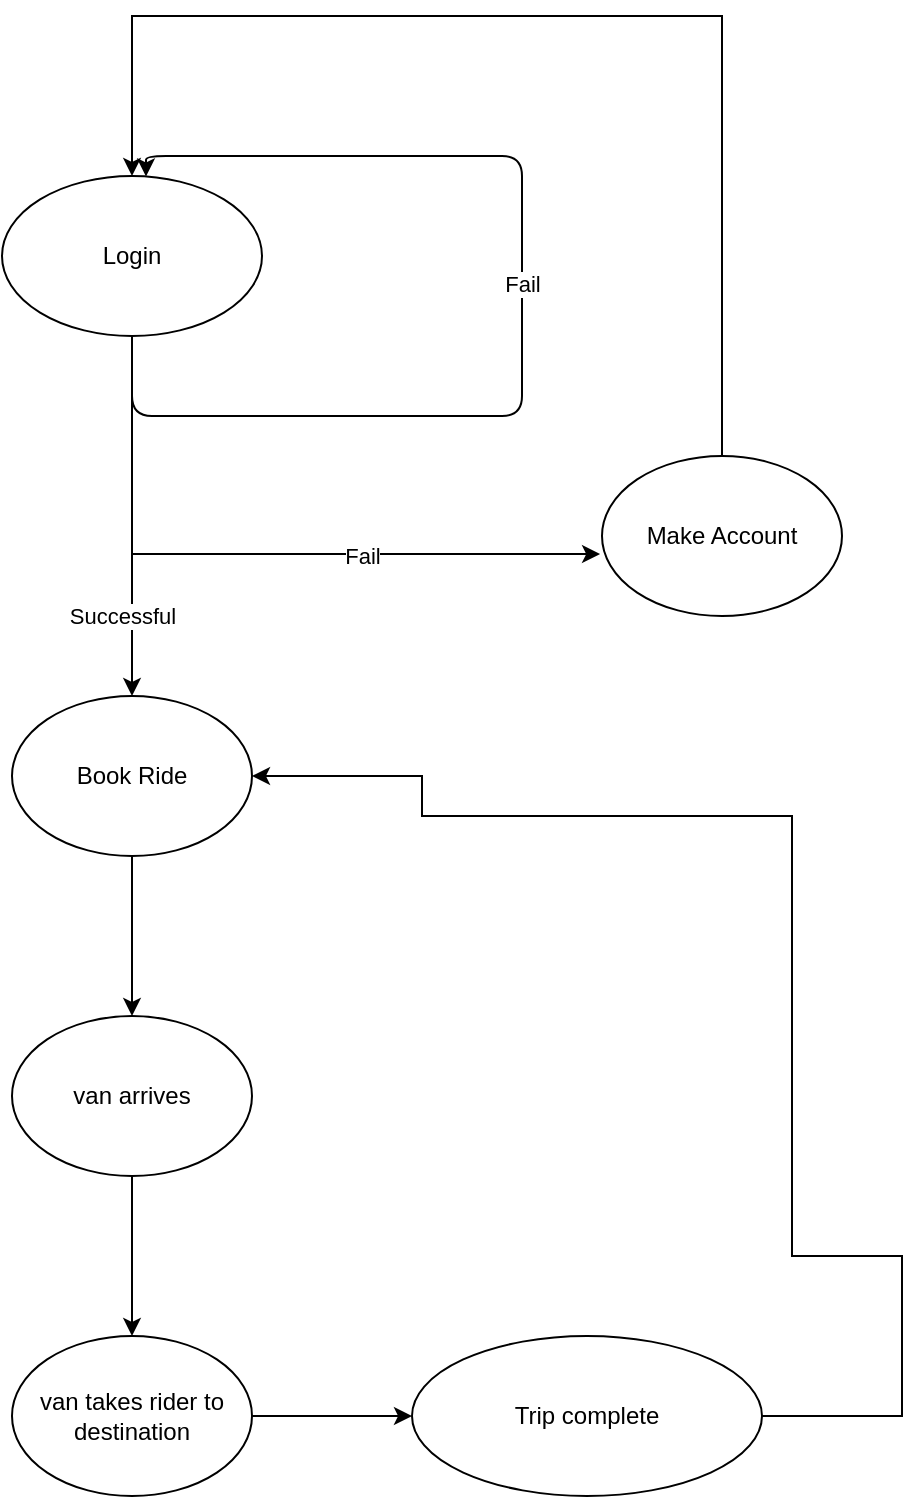
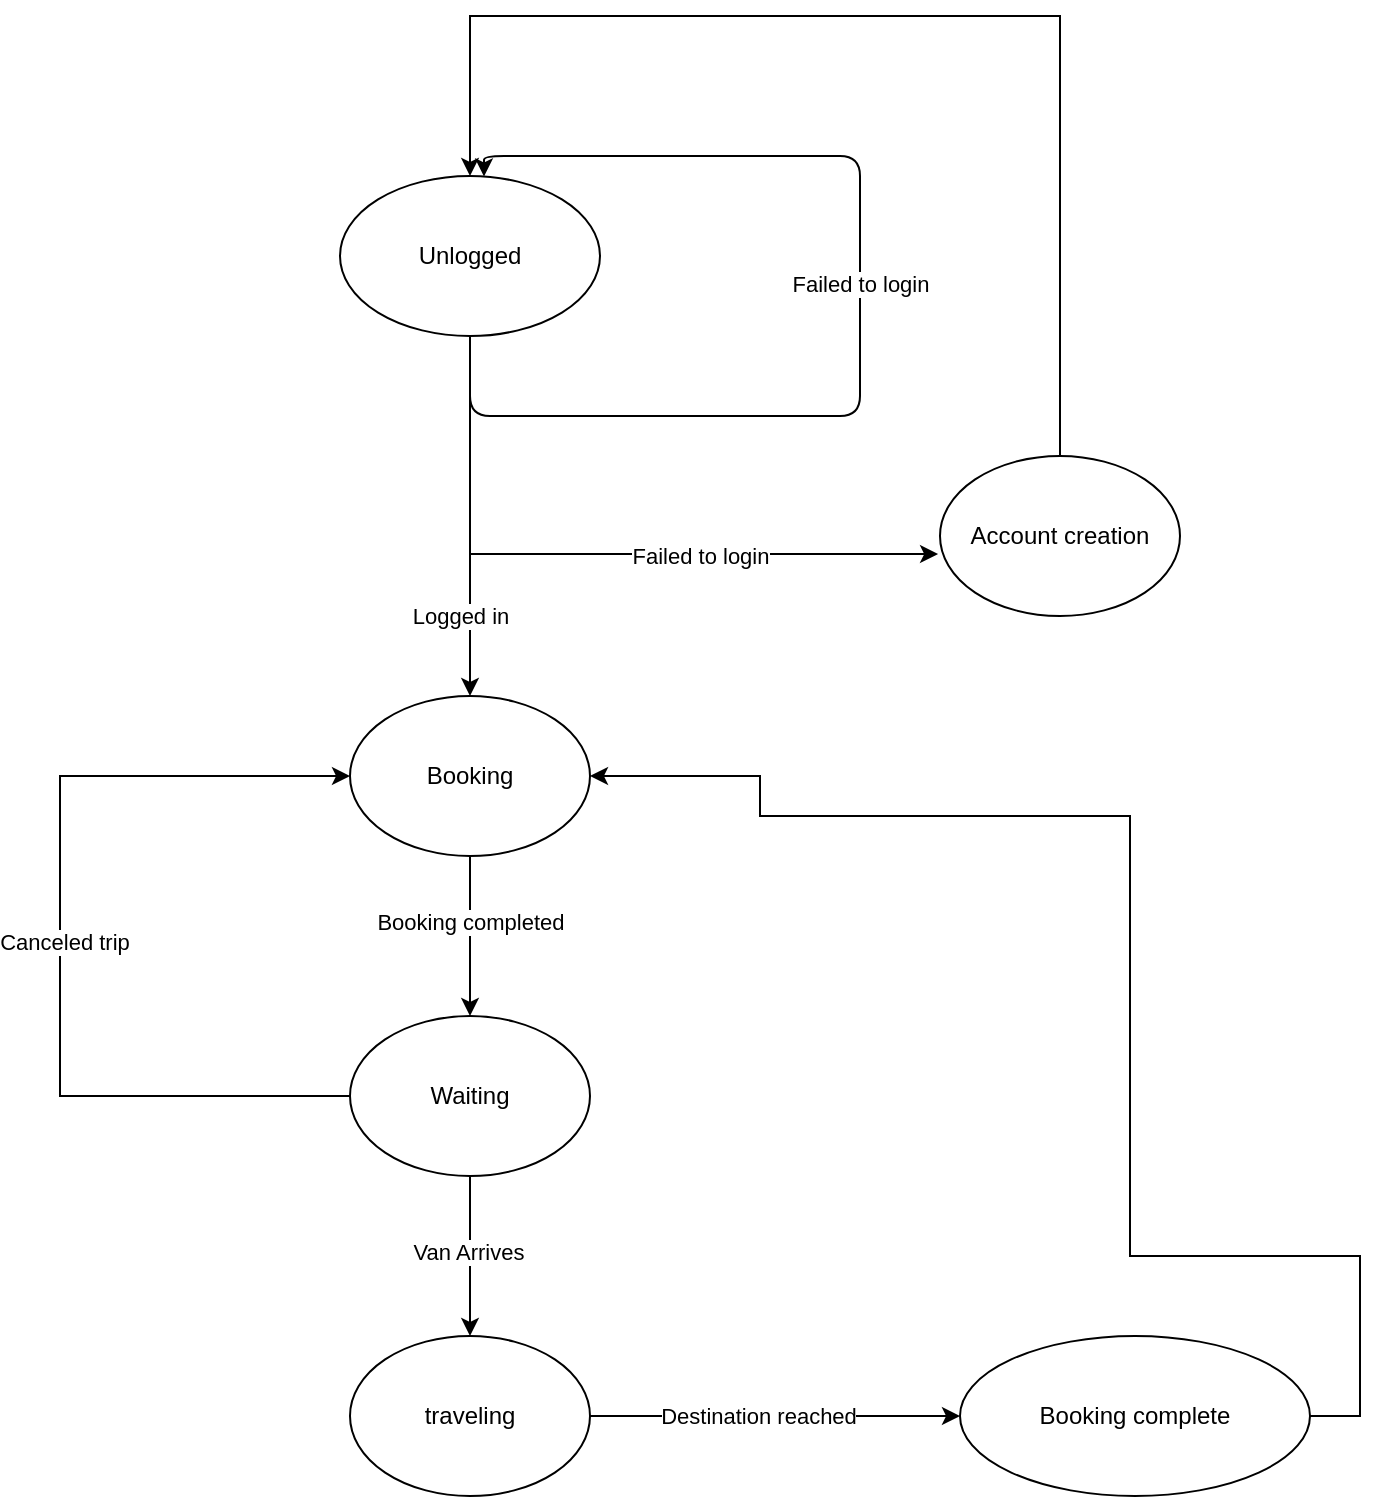
<mxfile host="app.diagrams.net">
  <diagram name="Page-1" id="2WAWrTisL8e0VHhELPyn">
    <mxGraphModel dx="1171" dy="707" grid="1" gridSize="10" guides="1" tooltips="1" connect="1" arrows="1" fold="1" page="1" pageScale="1" pageWidth="850" pageHeight="1100" math="0" shadow="0">
      <root>
        <mxCell id="0" />
        <mxCell id="1" parent="0" />
-         <mxCell id="wllHSmSikJM-L9H1uCEE-3" edge="1" parent="1" source="wllHSmSikJM-L9H1uCEE-1" style="edgeStyle=orthogonalEdgeStyle;rounded=0;orthogonalLoop=1;jettySize=auto;html=1;" target="wllHSmSikJM-L9H1uCEE-2" value="Successful">
+         <mxCell id="wllHSmSikJM-L9H1uCEE-3" edge="1" parent="1" source="wllHSmSikJM-L9H1uCEE-1" style="edgeStyle=orthogonalEdgeStyle;rounded=0;orthogonalLoop=1;jettySize=auto;html=1;" target="wllHSmSikJM-L9H1uCEE-2" value="Logged in">
          <mxGeometry relative="1" x="0.5556" y="-5" as="geometry">
            <mxPoint as="offset" />
          </mxGeometry>
        </mxCell>
-         <mxCell id="wllHSmSikJM-L9H1uCEE-1" parent="1" style="ellipse;whiteSpace=wrap;html=1;" value="Login" vertex="1">
+         <mxCell id="wllHSmSikJM-L9H1uCEE-1" parent="1" style="ellipse;whiteSpace=wrap;html=1;" value="Unlogged" vertex="1">
          <mxGeometry height="80" width="130" x="290" y="160" as="geometry" />
        </mxCell>
        <mxCell id="wllHSmSikJM-L9H1uCEE-11" edge="1" parent="1" source="wllHSmSikJM-L9H1uCEE-2" style="edgeStyle=orthogonalEdgeStyle;rounded=0;orthogonalLoop=1;jettySize=auto;html=1;" target="wllHSmSikJM-L9H1uCEE-10" value="">
          <mxGeometry relative="1" as="geometry" />
        </mxCell>
-         <mxCell id="wllHSmSikJM-L9H1uCEE-2" parent="1" style="ellipse;whiteSpace=wrap;html=1;" value="Book Ride" vertex="1">
+         <mxCell id="wllHSmSikJM-L9H1uCEE-17" connectable="0" parent="wllHSmSikJM-L9H1uCEE-11" style="edgeLabel;html=1;align=center;verticalAlign=middle;resizable=0;points=[];" value="Booking completed" vertex="1">
+           <mxGeometry relative="1" x="-0.175" as="geometry">
+             <mxPoint as="offset" />
+           </mxGeometry>
+         </mxCell>
+         <mxCell id="wllHSmSikJM-L9H1uCEE-2" parent="1" style="ellipse;whiteSpace=wrap;html=1;" value="Booking" vertex="1">
          <mxGeometry height="80" width="120" x="295" y="420" as="geometry" />
        </mxCell>
        <mxCell id="wllHSmSikJM-L9H1uCEE-4" edge="1" parent="1" source="wllHSmSikJM-L9H1uCEE-1" style="edgeStyle=orthogonalEdgeStyle;rounded=1;orthogonalLoop=1;jettySize=auto;html=1;curved=0;" target="wllHSmSikJM-L9H1uCEE-1">
          <mxGeometry relative="1" as="geometry">
            <Array as="points">
              <mxPoint x="355" y="280" />
              <mxPoint x="550" y="280" />
              <mxPoint x="550" y="150" />
              <mxPoint x="362" y="150" />
            </Array>
          </mxGeometry>
        </mxCell>
-         <mxCell id="wllHSmSikJM-L9H1uCEE-5" connectable="0" parent="wllHSmSikJM-L9H1uCEE-4" style="edgeLabel;html=1;align=center;verticalAlign=middle;resizable=0;points=[];" value="Fail" vertex="1">
+         <mxCell id="wllHSmSikJM-L9H1uCEE-5" connectable="0" parent="wllHSmSikJM-L9H1uCEE-4" style="edgeLabel;html=1;align=center;verticalAlign=middle;resizable=0;points=[];" value="Failed to login" vertex="1">
          <mxGeometry relative="1" x="0.0603" as="geometry">
            <mxPoint y="-3" as="offset" />
          </mxGeometry>
        </mxCell>
        <mxCell id="wllHSmSikJM-L9H1uCEE-9" edge="1" parent="1" source="wllHSmSikJM-L9H1uCEE-6" style="edgeStyle=orthogonalEdgeStyle;rounded=0;orthogonalLoop=1;jettySize=auto;html=1;exitX=0.5;exitY=0;exitDx=0;exitDy=0;entryX=0.5;entryY=0;entryDx=0;entryDy=0;" target="wllHSmSikJM-L9H1uCEE-1">
          <mxGeometry relative="1" as="geometry">
            <Array as="points">
              <mxPoint x="650" y="80" />
              <mxPoint x="355" y="80" />
            </Array>
            <mxPoint x="660" y="80" as="targetPoint" />
          </mxGeometry>
        </mxCell>
-         <mxCell id="wllHSmSikJM-L9H1uCEE-6" parent="1" style="ellipse;whiteSpace=wrap;html=1;" value="Make Account" vertex="1">
+         <mxCell id="wllHSmSikJM-L9H1uCEE-6" parent="1" style="ellipse;whiteSpace=wrap;html=1;" value="Account creation" vertex="1">
          <mxGeometry height="80" width="120" x="590" y="300" as="geometry" />
        </mxCell>
        <mxCell id="wllHSmSikJM-L9H1uCEE-7" edge="1" parent="1" source="wllHSmSikJM-L9H1uCEE-1" style="edgeStyle=orthogonalEdgeStyle;rounded=0;orthogonalLoop=1;jettySize=auto;html=1;exitX=0.5;exitY=1;exitDx=0;exitDy=0;entryX=-0.008;entryY=0.613;entryDx=0;entryDy=0;entryPerimeter=0;" target="wllHSmSikJM-L9H1uCEE-6">
          <mxGeometry relative="1" as="geometry">
            <Array as="points">
              <mxPoint x="355" y="349" />
            </Array>
          </mxGeometry>
        </mxCell>
-         <mxCell id="wllHSmSikJM-L9H1uCEE-8" connectable="0" parent="wllHSmSikJM-L9H1uCEE-7" style="edgeLabel;html=1;align=center;verticalAlign=middle;resizable=0;points=[];" value="Fail" vertex="1">
+         <mxCell id="wllHSmSikJM-L9H1uCEE-8" connectable="0" parent="wllHSmSikJM-L9H1uCEE-7" style="edgeLabel;html=1;align=center;verticalAlign=middle;resizable=0;points=[];" value="Failed to login" vertex="1">
          <mxGeometry relative="1" x="0.2885" y="-4" as="geometry">
            <mxPoint x="3" y="-3" as="offset" />
          </mxGeometry>
        </mxCell>
        <mxCell id="wllHSmSikJM-L9H1uCEE-13" edge="1" parent="1" source="wllHSmSikJM-L9H1uCEE-10" style="edgeStyle=orthogonalEdgeStyle;rounded=0;orthogonalLoop=1;jettySize=auto;html=1;" target="wllHSmSikJM-L9H1uCEE-12" value="">
          <mxGeometry relative="1" as="geometry" />
        </mxCell>
-         <mxCell id="wllHSmSikJM-L9H1uCEE-10" parent="1" style="ellipse;whiteSpace=wrap;html=1;" value="&lt;div&gt;van arrives&lt;/div&gt;" vertex="1">
+         <mxCell id="wllHSmSikJM-L9H1uCEE-18" connectable="0" parent="wllHSmSikJM-L9H1uCEE-13" style="edgeLabel;html=1;align=center;verticalAlign=middle;resizable=0;points=[];" value="Van Arrives" vertex="1">
+           <mxGeometry relative="1" x="-0.05" y="-1" as="geometry">
+             <mxPoint as="offset" />
+           </mxGeometry>
+         </mxCell>
+         <mxCell id="wllHSmSikJM-L9H1uCEE-22" edge="1" parent="1" source="wllHSmSikJM-L9H1uCEE-10" style="edgeStyle=orthogonalEdgeStyle;rounded=0;orthogonalLoop=1;jettySize=auto;html=1;entryX=0;entryY=0.5;entryDx=0;entryDy=0;exitX=0;exitY=0.5;exitDx=0;exitDy=0;" target="wllHSmSikJM-L9H1uCEE-2">
+           <mxGeometry relative="1" as="geometry">
+             <Array as="points">
+               <mxPoint x="150" y="620" />
+               <mxPoint x="150" y="460" />
+             </Array>
+             <mxPoint x="290" y="610" as="sourcePoint" />
+           </mxGeometry>
+         </mxCell>
+         <mxCell id="wllHSmSikJM-L9H1uCEE-23" connectable="0" parent="wllHSmSikJM-L9H1uCEE-22" style="edgeLabel;html=1;align=center;verticalAlign=middle;resizable=0;points=[];" value="Canceled trip" vertex="1">
+           <mxGeometry relative="1" x="-0.0133" y="-2" as="geometry">
+             <mxPoint as="offset" />
+           </mxGeometry>
+         </mxCell>
+         <mxCell id="wllHSmSikJM-L9H1uCEE-10" parent="1" style="ellipse;whiteSpace=wrap;html=1;" value="&lt;div&gt;Waiting&lt;/div&gt;" vertex="1">
          <mxGeometry height="80" width="120" x="295" y="580" as="geometry" />
        </mxCell>
        <mxCell id="wllHSmSikJM-L9H1uCEE-15" edge="1" parent="1" source="wllHSmSikJM-L9H1uCEE-12" style="edgeStyle=orthogonalEdgeStyle;rounded=0;orthogonalLoop=1;jettySize=auto;html=1;" target="wllHSmSikJM-L9H1uCEE-14" value="">
          <mxGeometry relative="1" as="geometry" />
        </mxCell>
-         <mxCell id="wllHSmSikJM-L9H1uCEE-12" parent="1" style="ellipse;whiteSpace=wrap;html=1;" value="van takes rider to destination" vertex="1">
+         <mxCell id="wllHSmSikJM-L9H1uCEE-19" connectable="0" parent="wllHSmSikJM-L9H1uCEE-15" style="edgeLabel;html=1;align=center;verticalAlign=middle;resizable=0;points=[];" value="Destination reached" vertex="1">
+           <mxGeometry relative="1" x="-0.1" y="-4" as="geometry">
+             <mxPoint y="-4" as="offset" />
+           </mxGeometry>
+         </mxCell>
+         <mxCell id="wllHSmSikJM-L9H1uCEE-12" parent="1" style="ellipse;whiteSpace=wrap;html=1;" value="traveling" vertex="1">
          <mxGeometry height="80" width="120" x="295" y="740" as="geometry" />
        </mxCell>
        <mxCell id="wllHSmSikJM-L9H1uCEE-16" edge="1" parent="1" source="wllHSmSikJM-L9H1uCEE-14" style="edgeStyle=orthogonalEdgeStyle;rounded=0;orthogonalLoop=1;jettySize=auto;html=1;exitX=1;exitY=0.5;exitDx=0;exitDy=0;entryX=1;entryY=0.5;entryDx=0;entryDy=0;" target="wllHSmSikJM-L9H1uCEE-2">
          <mxGeometry relative="1" as="geometry">
            <Array as="points">
-               <mxPoint x="740" y="780" />
-               <mxPoint x="740" y="700" />
+               <mxPoint x="800" y="780" />
+               <mxPoint x="800" y="700" />
              <mxPoint x="685" y="700" />
              <mxPoint x="685" y="480" />
              <mxPoint x="500" y="480" />
              <mxPoint x="500" y="460" />
            </Array>
            <mxPoint x="665" y="835" as="sourcePoint" />
            <mxPoint x="425" y="350" as="targetPoint" />
          </mxGeometry>
        </mxCell>
-         <mxCell id="wllHSmSikJM-L9H1uCEE-14" parent="1" style="ellipse;whiteSpace=wrap;html=1;" value="Trip complete" vertex="1">
-           <mxGeometry height="80" width="175" x="495" y="740" as="geometry" />
+         <mxCell id="wllHSmSikJM-L9H1uCEE-14" parent="1" style="ellipse;whiteSpace=wrap;html=1;" value="Booking complete" vertex="1">
+           <mxGeometry height="80" width="175" x="600" y="740" as="geometry" />
        </mxCell>
      </root>
    </mxGraphModel>
  </diagram>
</mxfile>
